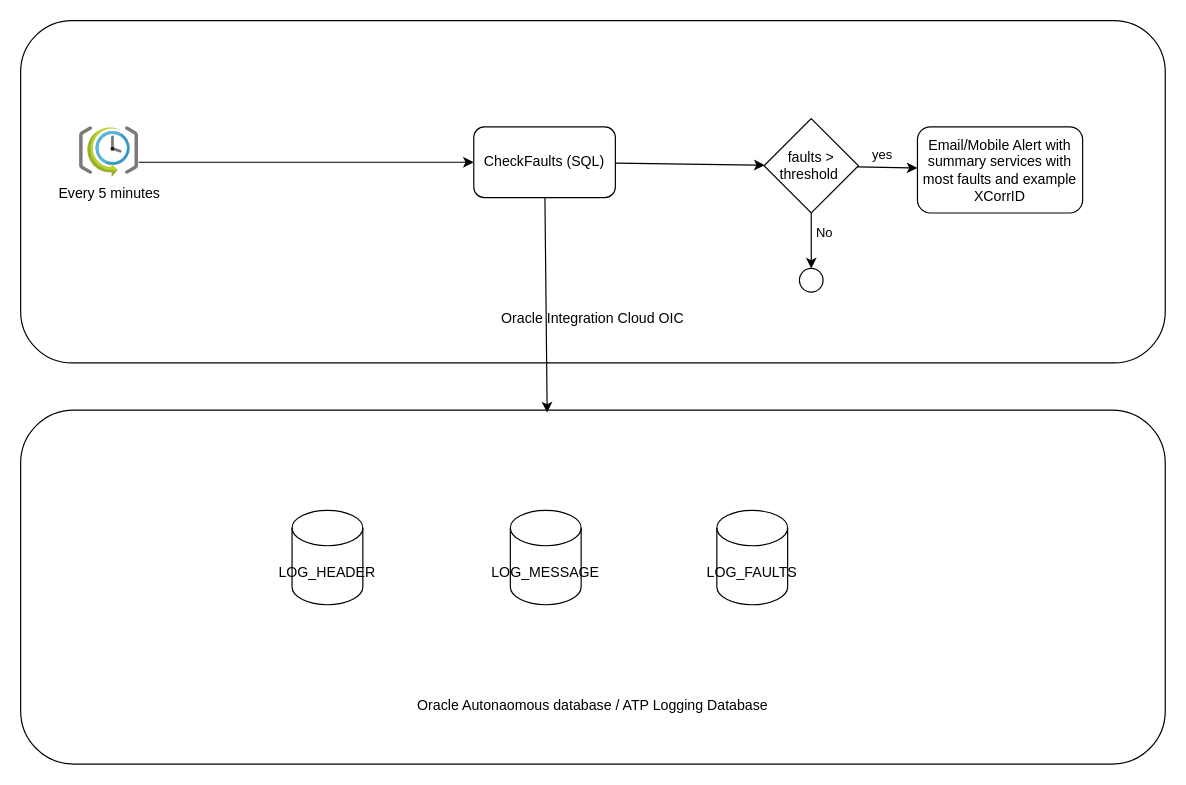
Before: 5minutesmail.drawio in allsystemsdown77/draw.io, a draw.io diagram. Source tidied: cells renumbered, new cells numbered last; positions are measured from the earlier drawing's top-left corner, leaving out a move shared by most shapes. Both pictures are drawn from the tidied source at 118%, with x=0, y=0 at pixel (20, 20).
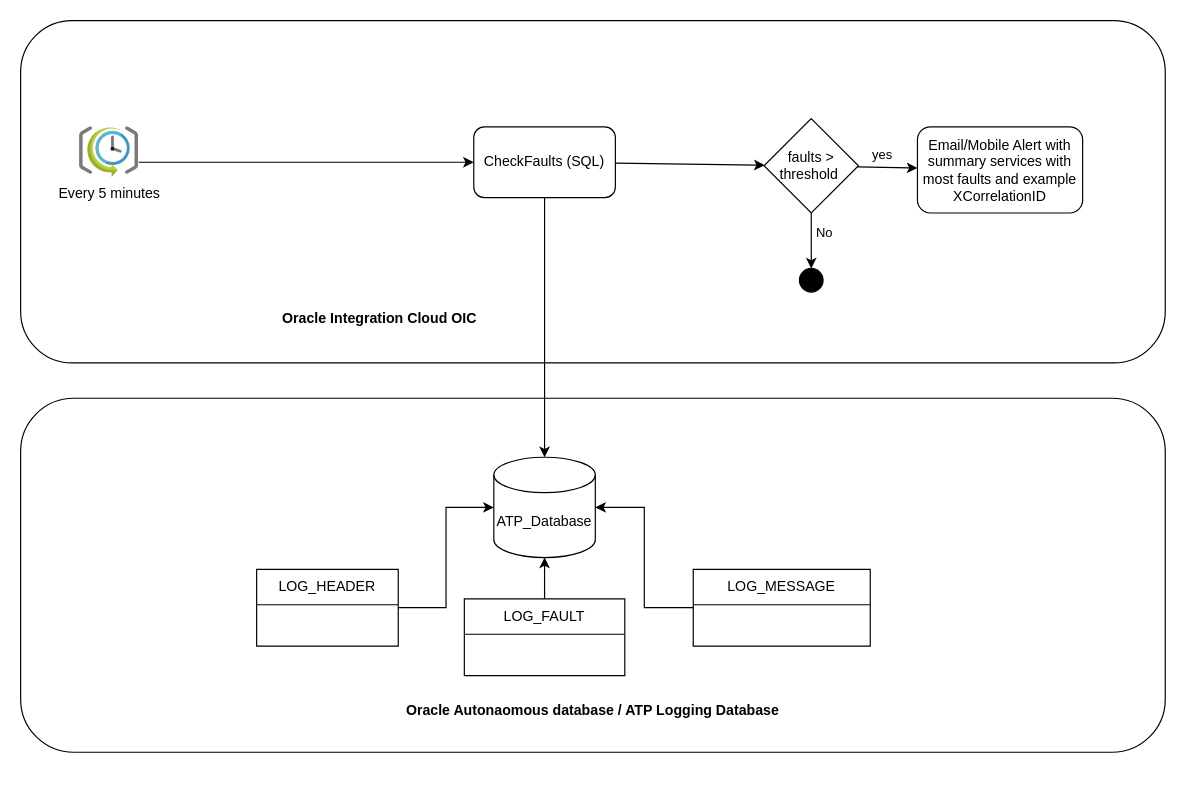
The same page after the edit.

Unchanged cells that the change refers to:
```xml
<mxCell id="5" value="CheckFaults (SQL)" style="rounded=1;whiteSpace=wrap;html=1;" parent="1" vertex="1">
  <mxGeometry x="384" y="90" width="120" height="60" as="geometry" />
</mxCell>
```

The edit, as a diff of the source:
```diff
@@
-    <mxCell id="2" value="&lt;br&gt;&lt;br&gt;&lt;br&gt;&lt;br&gt;&lt;br&gt;&lt;br&gt;&lt;br&gt;&lt;br&gt;&lt;br&gt;&lt;br&gt;&lt;br&gt;&lt;br&gt;&lt;br&gt;&lt;br&gt;&lt;br&gt;Oracle Integration Cloud OIC" style="rounded=1;whiteSpace=wrap;html=1;" parent="1" vertex="1">
+    <mxCell id="2" value="&lt;br&gt;&lt;br&gt;&lt;br&gt;&lt;br&gt;&lt;br&gt;&lt;br&gt;&lt;br&gt;&lt;br&gt;&lt;br&gt;&lt;br&gt;&lt;br&gt;&lt;br&gt;&lt;br&gt;&lt;br&gt;&lt;br&gt;&lt;b&gt;&amp;nbsp; &amp;nbsp; &amp;nbsp; &amp;nbsp; &amp;nbsp; &amp;nbsp; &amp;nbsp; &amp;nbsp; &amp;nbsp; &amp;nbsp; &amp;nbsp; &amp;nbsp; &amp;nbsp; &amp;nbsp; &amp;nbsp; &amp;nbsp; &amp;nbsp; &amp;nbsp; &amp;nbsp; &amp;nbsp; &amp;nbsp; &amp;nbsp; &amp;nbsp; &amp;nbsp; &amp;nbsp; &amp;nbsp; &amp;nbsp; &amp;nbsp; &amp;nbsp; &amp;nbsp; &amp;nbsp; &amp;nbsp; &amp;nbsp; Oracle Integration Cloud OIC&lt;/b&gt;" style="rounded=1;whiteSpace=wrap;html=1;align=left;" parent="1" vertex="1">
       <mxGeometry width="970" height="290" as="geometry" />
     </mxCell>
@@
-    <mxCell id="6" value="&lt;br&gt;&lt;br&gt;&lt;br&gt;&lt;br&gt;&lt;br&gt;&lt;br&gt;&lt;br&gt;&lt;br&gt;&lt;br&gt;&lt;br&gt;&lt;br&gt;&lt;br&gt;&lt;br&gt;&lt;br&gt;Oracle Autonaomous database / ATP Logging Database" style="rounded=1;whiteSpace=wrap;html=1;" parent="1" vertex="1">
-      <mxGeometry y="330" width="970" height="300" as="geometry" />
+    <mxCell id="6" value="&lt;br&gt;&lt;br&gt;&lt;br&gt;&lt;br&gt;&lt;br&gt;&lt;br&gt;&lt;br&gt;&lt;br&gt;&lt;br&gt;&lt;br&gt;&lt;br&gt;&lt;br&gt;&lt;br&gt;&lt;br&gt;&lt;br&gt;&lt;br&gt;&lt;b&gt;Oracle Autonaomous database / ATP Logging Database&lt;/b&gt;" style="rounded=1;whiteSpace=wrap;html=1;" parent="1" vertex="1">
+      <mxGeometry y="320" width="970" height="300" as="geometry" />
     </mxCell>
-    <mxCell id="7" style="endArrow=classic;html=1;rounded=0;entryX=0.46;entryY=0.007;entryDx=0;entryDy=0;entryPerimeter=0;" parent="1" edge="1" source="5" target="6">
-      <mxGeometry relative="1" as="geometry" />
-    </mxCell>
-    <mxCell id="8" value="LOG_MESSAGE" style="shape=cylinder3;whiteSpace=wrap;html=1;boundedLbl=1;backgroundOutline=1;size=15;" parent="1" vertex="1">
-      <mxGeometry x="415" y="415" width="60" height="80" as="geometry" />
+    <mxCell id="8" value="ATP_Database" style="shape=cylinder3;whiteSpace=wrap;html=1;boundedLbl=1;backgroundOutline=1;size=15;" parent="1" vertex="1">
+      <mxGeometry x="401" y="370" width="86" height="85" as="geometry" />
     </mxCell>
-    <mxCell id="9" value="LOG_HEADER" style="shape=cylinder3;whiteSpace=wrap;html=1;boundedLbl=1;backgroundOutline=1;size=15;" parent="1" vertex="1">
-      <mxGeometry x="230" y="415" width="60" height="80" as="geometry" />
-    </mxCell>
-    <mxCell id="10" value="LOG_FAULTS" style="shape=cylinder3;whiteSpace=wrap;html=1;boundedLbl=1;backgroundOutline=1;size=15;" parent="1" vertex="1">
-      <mxGeometry x="590" y="415" width="60" height="80" as="geometry" />
-    </mxCell>
@@
-    <mxCell id="12" style="ellipse;whiteSpace=wrap;html=1;" parent="1" vertex="1">
+    <mxCell id="12" style="ellipse;whiteSpace=wrap;html=1;fillColor=#000000;" parent="1" vertex="1">
       <mxGeometry x="660" y="210" width="20" height="20" as="geometry" />
     </mxCell>
-    <mxCell id="13" value="Email/Mobile Alert with summary services with most faults and example XCorrID" style="rounded=1;whiteSpace=wrap;html=1;" parent="1" vertex="1">
+    <mxCell id="13" value="Email/Mobile Alert with summary services with most faults and example XCorrelationID" style="rounded=1;whiteSpace=wrap;html=1;" parent="1" vertex="1">
       <mxGeometry x="760" y="90" width="140" height="73" as="geometry" />
     </mxCell>
@@
+    <mxCell id="7" style="endArrow=classic;html=1;rounded=0;" parent="1" edge="1" source="5" target="8">
+      <mxGeometry relative="1" as="geometry" />
+    </mxCell>
+    <mxCell id="9" value="LOG_HEADER" style="swimlane;fontStyle=0;horizontal=1;startSize=30;whiteSpace=wrap;html=1;" parent="1" vertex="1">
+      <mxGeometry x="200" y="465" width="120" height="65" as="geometry" />
+    </mxCell>
+    <mxCell id="19" style="edgeStyle=orthogonalEdgeStyle;rounded=0;jettySize=auto;html=1;" parent="1" edge="1" source="20" target="8">
+      <mxGeometry relative="1" as="geometry" />
+    </mxCell>
+    <mxCell id="20" value="LOG_FAULT" style="swimlane;fontStyle=0;horizontal=1;startSize=30;whiteSpace=wrap;html=1;" parent="1" vertex="1">
+      <mxGeometry x="376" y="490" width="136" height="65" as="geometry" />
+    </mxCell>
+    <mxCell id="21" value="LOG_MESSAGE" style="swimlane;fontStyle=0;horizontal=1;startSize=30;whiteSpace=wrap;html=1;" parent="1" vertex="1">
+      <mxGeometry x="570" y="465" width="150" height="65" as="geometry" />
+    </mxCell>
+    <mxCell id="22" style="edgeStyle=orthogonalEdgeStyle;rounded=0;jettySize=auto;html=1;entryX=0;entryY=0.5;entryDx=0;entryDy=0;entryPerimeter=0;" parent="1" edge="1" source="9" target="8">
+      <mxGeometry relative="1" as="geometry" />
+    </mxCell>
+    <mxCell id="23" style="edgeStyle=orthogonalEdgeStyle;rounded=0;jettySize=auto;html=1;entryX=1;entryY=0.5;entryDx=0;entryDy=0;entryPerimeter=0;" parent="1" edge="1" source="21" target="8">
+      <mxGeometry relative="1" as="geometry" />
+    </mxCell>
```
